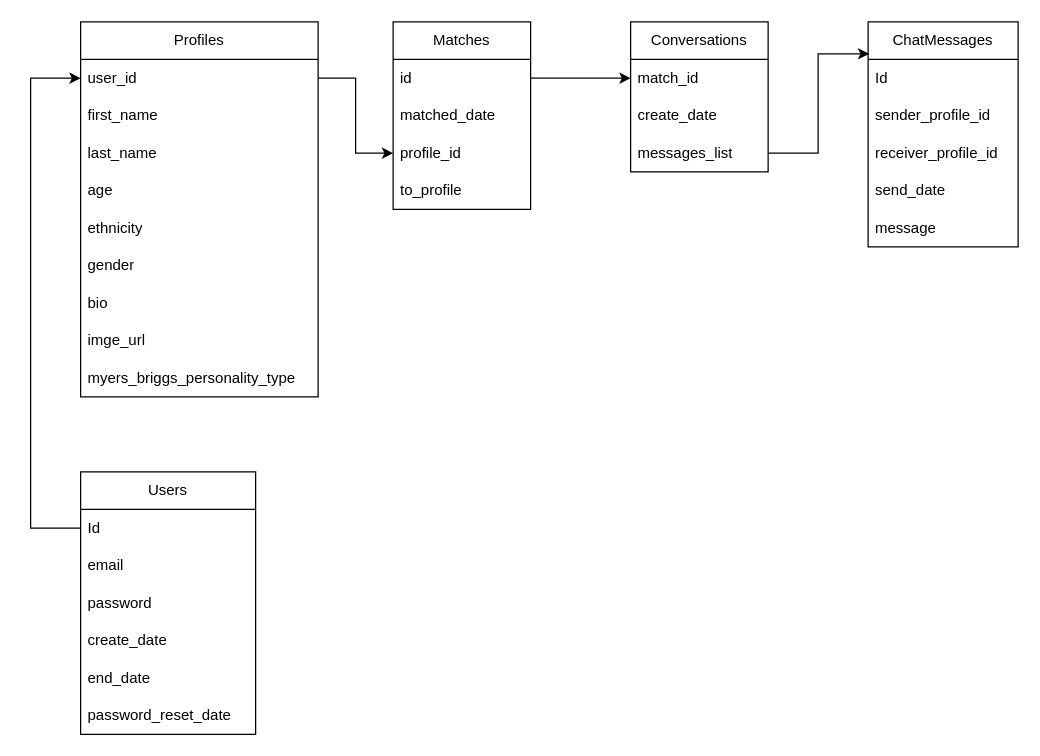
Before: src/main/resources/TinderAiDbdrawio.drawio in jclucasasp/loving-ai-backend, a draw.io diagram. Source tidied: cells renumbered, new cells numbered last; positions are measured from the earlier drawing's top-left corner, leaving out a move shared by most shapes. Both pictures are drawn from the tidied source at 125%, with x=0, y=0 at pixel (30, 21).
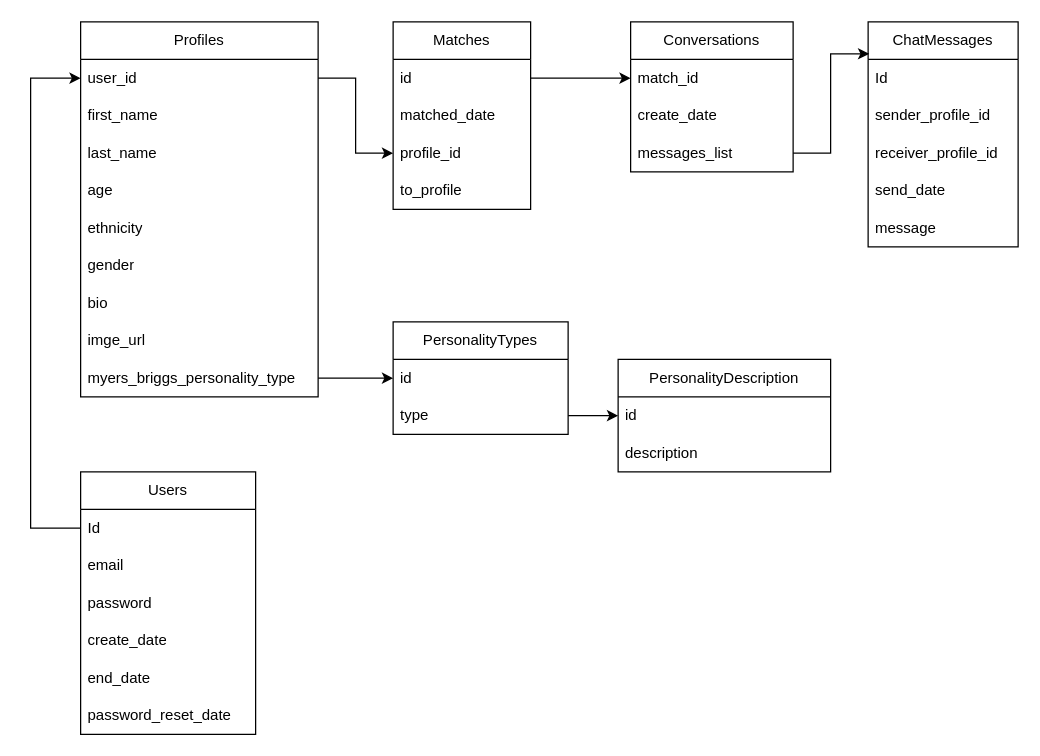
After the change.

The change refers to these unchanged cells:
```xml
<mxCell id="11" value="myers_briggs_personality_type" style="text;strokeColor=none;fillColor=none;align=left;verticalAlign=middle;spacingLeft=4;spacingRight=4;overflow=hidden;points=[[0,0.5],[1,0.5]];portConstraint=eastwest;whiteSpace=wrap;html=1;" parent="2" vertex="1">
  <mxGeometry y="270" width="190" height="30" as="geometry" />
</mxCell>
```

Change to the diagram source:
```diff
@@
     <mxCell id="17" value="Conversations" style="swimlane;fontStyle=0;horizontal=1;startSize=30;whiteSpace=wrap;html=1;" parent="1" vertex="1">
-      <mxGeometry x="480" width="110" height="120" as="geometry" />
+      <mxGeometry x="480" width="130" height="120" as="geometry" />
     </mxCell>
     <mxCell id="18" value="match_id" style="text;strokeColor=none;fillColor=none;align=left;verticalAlign=middle;spacingLeft=4;spacingRight=4;overflow=hidden;points=[[0,0.5],[1,0.5]];portConstraint=eastwest;whiteSpace=wrap;html=1;" parent="17" vertex="1">
-      <mxGeometry y="30" width="110" height="30" as="geometry" />
+      <mxGeometry y="30" width="130" height="30" as="geometry" />
     </mxCell>
     <mxCell id="19" value="create_date" style="text;strokeColor=none;fillColor=none;align=left;verticalAlign=middle;spacingLeft=4;spacingRight=4;overflow=hidden;whiteSpace=wrap;html=1;" parent="17" vertex="1">
-      <mxGeometry y="60" width="110" height="30" as="geometry" />
+      <mxGeometry y="60" width="130" height="30" as="geometry" />
     </mxCell>
     <mxCell id="20" value="messages_list" style="text;strokeColor=none;fillColor=none;align=left;verticalAlign=middle;spacingLeft=4;spacingRight=4;overflow=hidden;points=[[0,0.5],[1,0.5]];portConstraint=eastwest;whiteSpace=wrap;html=1;" parent="17" vertex="1">
-      <mxGeometry y="90" width="110" height="30" as="geometry" />
+      <mxGeometry y="90" width="130" height="30" as="geometry" />
     </mxCell>
@@
+    <mxCell id="38" value="PersonalityTypes" style="swimlane;fontStyle=0;horizontal=1;startSize=30;whiteSpace=wrap;html=1;" parent="1" vertex="1">
+      <mxGeometry x="290" y="240" width="140" height="90" as="geometry" />
+    </mxCell>
+    <mxCell id="39" value="id&lt;br&gt;" style="text;strokeColor=none;fillColor=none;align=left;verticalAlign=middle;spacingLeft=4;spacingRight=4;overflow=hidden;points=[[0,0.5],[1,0.5]];portConstraint=eastwest;whiteSpace=wrap;html=1;" parent="38" vertex="1">
+      <mxGeometry y="30" width="140" height="30" as="geometry" />
+    </mxCell>
+    <mxCell id="40" value="type" style="text;strokeColor=none;fillColor=none;align=left;verticalAlign=middle;spacingLeft=4;spacingRight=4;overflow=hidden;points=[[0,0.5],[1,0.5]];portConstraint=eastwest;whiteSpace=wrap;html=1;" parent="38" vertex="1">
+      <mxGeometry y="60" width="140" height="30" as="geometry" />
+    </mxCell>
+    <mxCell id="41" value="PersonalityDescription" style="swimlane;fontStyle=0;horizontal=1;startSize=30;whiteSpace=wrap;html=1;" parent="1" vertex="1">
+      <mxGeometry x="470" y="270" width="170" height="90" as="geometry" />
+    </mxCell>
+    <mxCell id="42" value="id&lt;br&gt;" style="text;strokeColor=none;fillColor=none;align=left;verticalAlign=middle;spacingLeft=4;spacingRight=4;overflow=hidden;points=[[0,0.5],[1,0.5]];portConstraint=eastwest;whiteSpace=wrap;html=1;" parent="41" vertex="1">
+      <mxGeometry y="30" width="170" height="30" as="geometry" />
+    </mxCell>
+    <mxCell id="43" value="description" style="text;strokeColor=none;fillColor=none;align=left;verticalAlign=middle;spacingLeft=4;spacingRight=4;overflow=hidden;whiteSpace=wrap;html=1;" parent="41" vertex="1">
+      <mxGeometry y="60" width="170" height="30" as="geometry" />
+    </mxCell>
+    <mxCell id="44" style="edgeStyle=orthogonalEdgeStyle;rounded=0;jettySize=auto;html=1;entryX=0;entryY=0.5;entryDx=0;entryDy=0;" parent="1" edge="1" source="11" target="39">
+      <mxGeometry relative="1" as="geometry" />
+    </mxCell>
+    <mxCell id="45" style="edgeStyle=orthogonalEdgeStyle;rounded=0;jettySize=auto;html=1;entryX=0;entryY=0.5;entryDx=0;entryDy=0;" parent="1" edge="1" source="40" target="42">
+      <mxGeometry relative="1" as="geometry" />
+    </mxCell>
```
